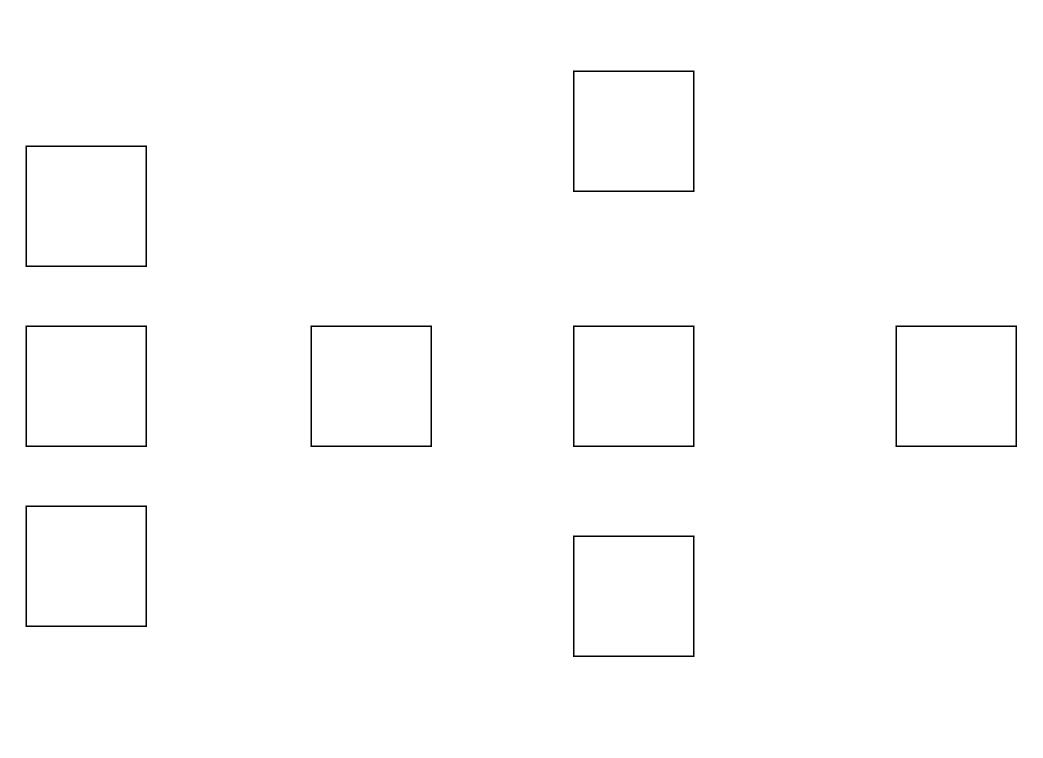
The draw.io diagram utils/Untitled Diagram.drawio in anapitalai/apec, before the edit. Source tidied: cells renumbered, new cells numbered last; positions are measured from the earlier drawing's top-left corner, leaving out a move shared by most shapes. Both pictures are drawn from the tidied source at 150%, with x=0, y=0 at pixel (26, 70).
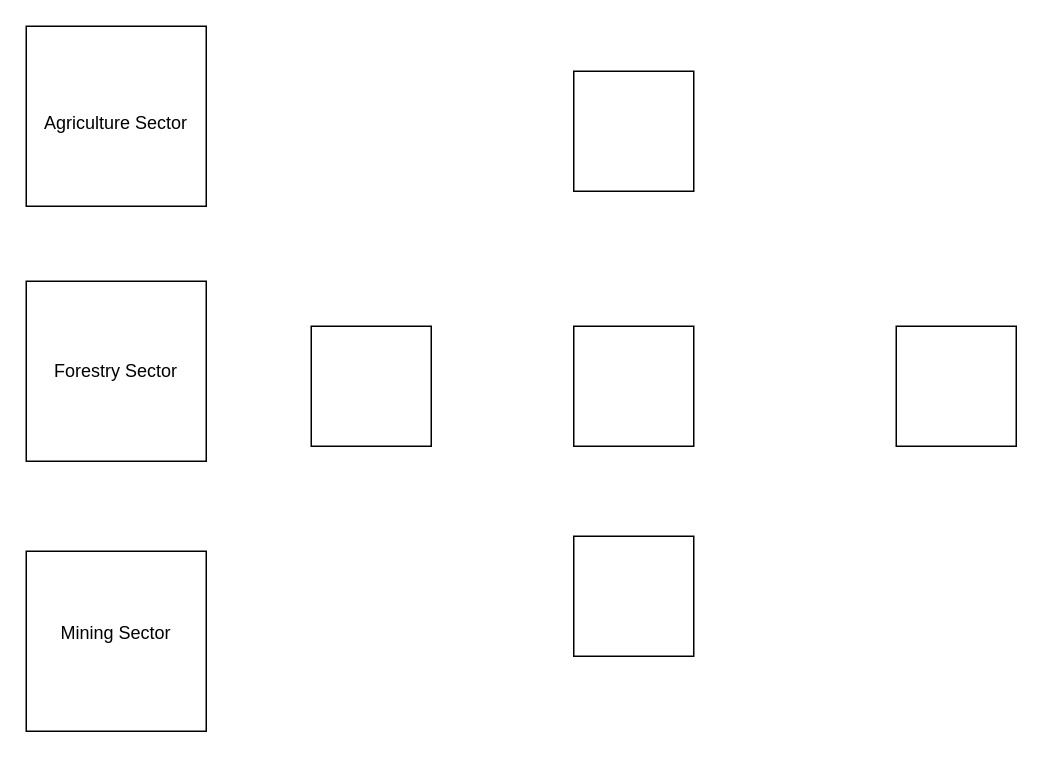
Above is the later version.

What changed in the source:
```diff
@@
 <mxGraphModel>
   <root>
     <mxCell id="0" />
     <mxCell id="1" parent="0" />
     <mxCell id="2" style="whiteSpace=wrap;html=1;" parent="1" vertex="1">
-      <mxGeometry y="50" width="80" height="80" as="geometry" />
+      <mxGeometry y="-30" width="120" height="120" as="geometry" />
     </mxCell>
-    <mxCell id="3" style="whiteSpace=wrap;html=1;" parent="1" vertex="1">
-      <mxGeometry y="170" width="80" height="80" as="geometry" />
-    </mxCell>
-    <mxCell id="4" style="whiteSpace=wrap;html=1;" parent="1" vertex="1">
-      <mxGeometry y="290" width="80" height="80" as="geometry" />
-    </mxCell>
     <mxCell id="5" style="whiteSpace=wrap;html=1;" parent="1" vertex="1">
       <mxGeometry x="190" y="170" width="80" height="80" as="geometry" />
     </mxCell>
     <mxCell id="6" style="whiteSpace=wrap;html=1;" parent="1" vertex="1">
       <mxGeometry x="365" width="80" height="80" as="geometry" />
     </mxCell>
     <mxCell id="7" style="whiteSpace=wrap;html=1;" parent="1" vertex="1">
       <mxGeometry x="365" y="310" width="80" height="80" as="geometry" />
     </mxCell>
     <mxCell id="8" style="whiteSpace=wrap;html=1;" parent="1" vertex="1">
       <mxGeometry x="365" y="170" width="80" height="80" as="geometry" />
     </mxCell>
     <mxCell id="9" style="whiteSpace=wrap;html=1;" parent="1" vertex="1">
       <mxGeometry x="580" y="170" width="80" height="80" as="geometry" />
     </mxCell>
+    <mxCell id="10" style="whiteSpace=wrap;html=1;" parent="1" vertex="1">
+      <mxGeometry y="140" width="120" height="120" as="geometry" />
+    </mxCell>
+    <mxCell id="11" style="whiteSpace=wrap;html=1;" parent="1" vertex="1">
+      <mxGeometry y="320" width="120" height="120" as="geometry" />
+    </mxCell>
+    <mxCell id="12" value="Agriculture Sector" style="text;html=1;align=center;verticalAlign=middle;whiteSpace=wrap;rounded=0;" parent="1" vertex="1">
+      <mxGeometry x="5" width="110" height="70" as="geometry" />
+    </mxCell>
+    <mxCell id="13" value="Forestry Sector" style="text;html=1;align=center;verticalAlign=middle;whiteSpace=wrap;rounded=0;" parent="1" vertex="1">
+      <mxGeometry x="5" y="165" width="110" height="70" as="geometry" />
+    </mxCell>
+    <mxCell id="14" value="Mining Sector" style="text;html=1;align=center;verticalAlign=middle;whiteSpace=wrap;rounded=0;" parent="1" vertex="1">
+      <mxGeometry x="5" y="340" width="110" height="70" as="geometry" />
+    </mxCell>
   </root>
 </mxGraphModel>
```
